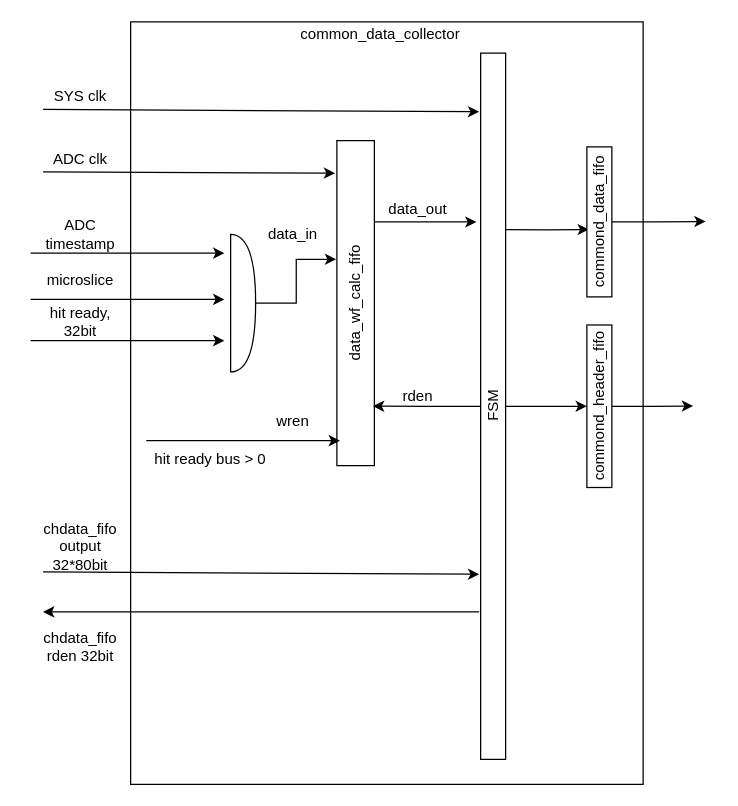
This is ADC_common_event_collection.drawio from dfinogee/PSD-readout-manual, a draw.io file, before an edit. Source tidied: cells renumbered, new cells numbered last; positions are measured from the earlier drawing's top-left corner, leaving out a move shared by most shapes. Both pictures are drawn from the tidied source at 125%, with x=0, y=0 at pixel (30, 21).
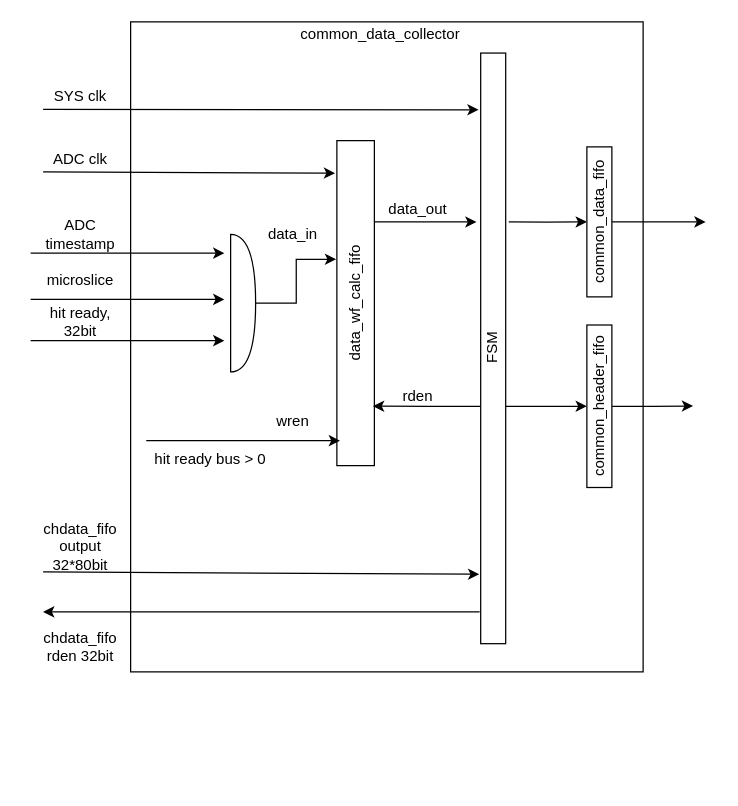
The same diagram, later.

Commit message (it also covers changes not shown here):
common data collector fsm described

Unchanged cells that the change refers to:
```xml
<mxCell id="4" value="data_wf_calc_fifo" style="rounded=0;whiteSpace=wrap;html=1;rotation=-90;" parent="1" vertex="1">
  <mxGeometry x="130" y="210" width="260" height="30" as="geometry" />
</mxCell>
```

Change to the diagram source:
```diff
@@
     <mxCell id="2" style="rounded=0;whiteSpace=wrap;html=1;" parent="1" vertex="1">
-      <mxGeometry x="80" width="410" height="610" as="geometry" />
+      <mxGeometry x="80" width="410" height="520" as="geometry" />
     </mxCell>
-    <mxCell id="3" style="edgeStyle=orthogonalEdgeStyle;rounded=0;jettySize=auto;html=1;exitX=0.75;exitY=1;exitDx=0;exitDy=0;entryX=0.761;entryY=-0.167;entryDx=0;entryDy=0;entryPerimeter=0;" parent="1" edge="1" source="4" target="23">
+    <mxCell id="3" style="edgeStyle=orthogonalEdgeStyle;rounded=0;jettySize=auto;html=1;exitX=0.75;exitY=1;exitDx=0;exitDy=0;entryX=0.714;entryY=-0.167;entryDx=0;entryDy=0;entryPerimeter=0;" parent="1" edge="1" source="4" target="23">
       <mxGeometry relative="1" as="geometry" />
     </mxCell>
@@
-    <mxCell id="19" style="edgeStyle=orthogonalEdgeStyle;rounded=0;jettySize=auto;html=1;exitX=0.5;exitY=0;exitDx=0;exitDy=0;entryX=0.183;entryY=0.963;entryDx=0;entryDy=0;entryPerimeter=0;" parent="1" edge="1" source="23" target="4">
+    <mxCell id="19" style="edgeStyle=orthogonalEdgeStyle;rounded=0;jettySize=auto;html=1;exitX=0.402;exitY=-0.015;exitDx=0;exitDy=0;entryX=0.183;entryY=0.963;entryDx=0;entryDy=0;entryPerimeter=0;exitPerimeter=0;" parent="1" edge="1" source="23" target="4">
       <mxGeometry relative="1" as="geometry" />
     </mxCell>
-    <mxCell id="20" style="edgeStyle=orthogonalEdgeStyle;rounded=0;jettySize=auto;html=1;exitX=0.209;exitY=-0.057;exitDx=0;exitDy=0;exitPerimeter=0;" parent="1" edge="1" source="23">
+    <mxCell id="20" style="edgeStyle=orthogonalEdgeStyle;rounded=0;jettySize=auto;html=1;exitX=0.054;exitY=-0.042;exitDx=0;exitDy=0;exitPerimeter=0;" parent="1" edge="1" source="23">
       <mxGeometry relative="1" as="geometry">
         <mxPoint x="10" y="472" as="targetPoint" />
       </mxGeometry>
     </mxCell>
-    <mxCell id="21" style="edgeStyle=orthogonalEdgeStyle;rounded=0;jettySize=auto;html=1;exitX=0.75;exitY=1;exitDx=0;exitDy=0;entryX=0.449;entryY=0.079;entryDx=0;entryDy=0;entryPerimeter=0;" parent="1" edge="1" source="23" target="32">
+    <mxCell id="21" style="edgeStyle=orthogonalEdgeStyle;rounded=0;jettySize=auto;html=1;exitX=0.714;exitY=1.123;exitDx=0;exitDy=0;entryX=0.5;entryY=0;entryDx=0;entryDy=0;exitPerimeter=0;" parent="1" edge="1" source="23" target="32">
       <mxGeometry relative="1" as="geometry" />
     </mxCell>
-    <mxCell id="22" style="edgeStyle=orthogonalEdgeStyle;rounded=0;jettySize=auto;html=1;exitX=0.5;exitY=1;exitDx=0;exitDy=0;entryX=0.5;entryY=0;entryDx=0;entryDy=0;" parent="1" edge="1" source="23" target="34">
+    <mxCell id="22" style="edgeStyle=orthogonalEdgeStyle;rounded=0;jettySize=auto;html=1;exitX=0.402;exitY=0.971;exitDx=0;exitDy=0;entryX=0.5;entryY=0;entryDx=0;entryDy=0;exitPerimeter=0;" parent="1" edge="1" source="23" target="34">
       <mxGeometry relative="1" as="geometry" />
     </mxCell>
     <mxCell id="23" value="FSM" style="rounded=0;whiteSpace=wrap;html=1;rotation=-90;" parent="1" vertex="1">
-      <mxGeometry x="87.5" y="297.5" width="565" height="20" as="geometry" />
+      <mxGeometry x="133.8" y="251.2" width="472.5" height="20" as="geometry" />
     </mxCell>
@@
-    <mxCell id="25" style="endArrow=classic;html=1;entryX=0.917;entryY=-0.057;entryDx=0;entryDy=0;entryPerimeter=0;" parent="1" edge="1" target="23">
+    <mxCell id="25" style="endArrow=classic;html=1;entryX=0.904;entryY=-0.083;entryDx=0;entryDy=0;entryPerimeter=0;" parent="1" edge="1" target="23">
       <mxGeometry relative="1" as="geometry">
         <mxPoint x="10" y="70" as="sourcePoint" />
       </mxGeometry>
     </mxCell>
@@
     <mxCell id="31" style="edgeStyle=orthogonalEdgeStyle;rounded=0;jettySize=auto;html=1;exitX=0.5;exitY=1;exitDx=0;exitDy=0;" parent="1" edge="1" source="32">
       <mxGeometry relative="1" as="geometry">
-        <mxPoint x="540" y="159.7" as="targetPoint" />
+        <mxPoint x="540" y="160" as="targetPoint" />
       </mxGeometry>
     </mxCell>
-    <mxCell id="32" value="commond_data_fifo" style="rounded=0;whiteSpace=wrap;html=1;rotation=-90;" parent="1" vertex="1">
+    <mxCell id="32" value="common_data_fifo" style="rounded=0;whiteSpace=wrap;html=1;rotation=-90;" parent="1" vertex="1">
       <mxGeometry x="395" y="150" width="120" height="20" as="geometry" />
     </mxCell>
@@
-    <mxCell id="34" value="commond_header_fifo" style="rounded=0;whiteSpace=wrap;html=1;rotation=-90;" parent="1" vertex="1">
+    <mxCell id="34" value="common_header_fifo" style="rounded=0;whiteSpace=wrap;html=1;rotation=-90;" parent="1" vertex="1">
       <mxGeometry x="390" y="297.5" width="130" height="20" as="geometry" />
     </mxCell>
```
